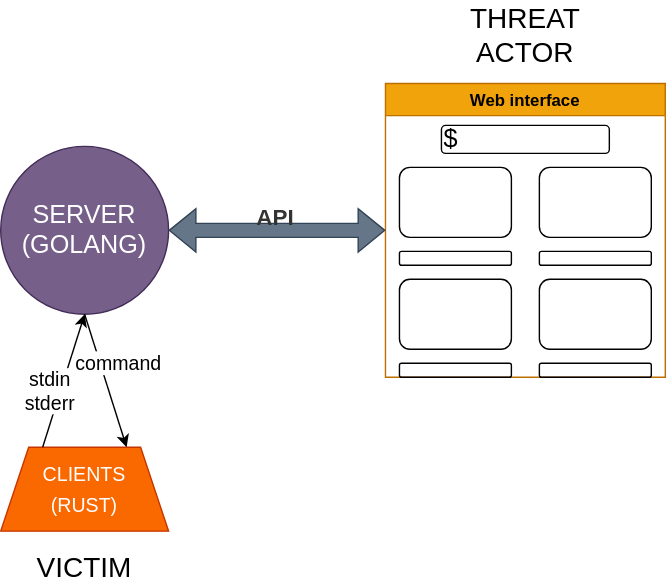
Before: media/STRUCTURE.drawio.svg, a diagram exported from draw.io (Noxtal/tetrodotoxin). Source tidied: cells renumbered, new cells last; positions are measured from the earlier drawing's top-left corner, leaving out a move shared by most shapes. Its diagram source:
```xml
<mxGraphModel>
  <root>
    <mxCell id="0" />
    <mxCell id="1" parent="0" />
    <mxCell id="2" value="Web interface" style="swimlane;fillColor=#f0a30a;strokeColor=#BD7000;fontColor=#000000;" parent="1" vertex="1">
      <mxGeometry x="275" y="50" width="200" height="210" as="geometry" />
    </mxCell>
    <mxCell id="3" value="$" style="rounded=1;whiteSpace=wrap;html=1;fontSize=18;align=left;fillColor=none;" parent="2" vertex="1">
      <mxGeometry x="40" y="30" width="120" height="20" as="geometry" />
    </mxCell>
    <mxCell id="4" style="rounded=1;whiteSpace=wrap;html=1;fontSize=18;fillColor=none;" parent="2" vertex="1">
      <mxGeometry x="10" y="60" width="80" height="50" as="geometry" />
    </mxCell>
    <mxCell id="5" style="rounded=1;whiteSpace=wrap;html=1;fontSize=18;fillColor=none;" parent="2" vertex="1">
      <mxGeometry x="10" y="120" width="80" height="10" as="geometry" />
    </mxCell>
    <mxCell id="6" style="rounded=1;whiteSpace=wrap;html=1;fontSize=18;fillColor=none;" parent="2" vertex="1">
      <mxGeometry x="110" y="60" width="80" height="50" as="geometry" />
    </mxCell>
    <mxCell id="7" style="rounded=1;whiteSpace=wrap;html=1;fontSize=18;fillColor=none;" parent="2" vertex="1">
      <mxGeometry x="110" y="120" width="80" height="10" as="geometry" />
    </mxCell>
    <mxCell id="8" style="rounded=1;whiteSpace=wrap;html=1;fontSize=18;fillColor=none;" parent="2" vertex="1">
      <mxGeometry x="10" y="140" width="80" height="50" as="geometry" />
    </mxCell>
    <mxCell id="9" style="rounded=1;whiteSpace=wrap;html=1;fontSize=18;fillColor=none;" parent="2" vertex="1">
      <mxGeometry x="10" y="200" width="80" height="10" as="geometry" />
    </mxCell>
    <mxCell id="10" style="rounded=1;whiteSpace=wrap;html=1;fontSize=18;fillColor=none;" parent="2" vertex="1">
      <mxGeometry x="110" y="140" width="80" height="50" as="geometry" />
    </mxCell>
    <mxCell id="11" style="rounded=1;whiteSpace=wrap;html=1;fontSize=18;fillColor=none;" parent="2" vertex="1">
      <mxGeometry x="110" y="200" width="80" height="10" as="geometry" />
    </mxCell>
    <mxCell id="12" value="&lt;font style=&quot;font-size: 18px;&quot;&gt;SERVER&lt;br&gt;(GOLANG)&lt;/font&gt;" style="ellipse;whiteSpace=wrap;html=1;fillColor=#76608a;fontColor=#ffffff;strokeColor=#432D57;" parent="1" vertex="1">
      <mxGeometry y="95" width="120" height="120" as="geometry" />
    </mxCell>
    <mxCell id="13" style="shape=flexArrow;endArrow=classic;startArrow=classic;html=1;rounded=0;exitX=1;exitY=0.5;exitDx=0;exitDy=0;entryX=0;entryY=0.5;entryDx=0;entryDy=0;fillColor=#647687;strokeColor=#314354;" parent="1" edge="1" source="12" target="2">
      <mxGeometry relative="1" as="geometry" />
    </mxCell>
    <mxCell id="14" value="API" style="edgeLabel;html=1;align=center;verticalAlign=middle;fontSize=16;labelBackgroundColor=none;fontStyle=1;fontColor=#333333;" parent="13" vertex="1">
      <mxGeometry x="0.14" y="2" relative="1" as="geometry">
        <mxPoint x="-13" y="-8" as="offset" />
      </mxGeometry>
    </mxCell>
    <mxCell id="15" value="&lt;font style=&quot;font-size: 14px;&quot;&gt;CLIENTS&lt;br&gt;(RUST)&lt;/font&gt;" style="shape=trapezoid;perimeter=trapezoidPerimeter;whiteSpace=wrap;html=1;fixedSize=1;fontSize=18;fillColor=#fa6800;strokeColor=#C73500;fontColor=#FFFFFF;" parent="1" vertex="1">
      <mxGeometry y="310" width="120" height="60" as="geometry" />
    </mxCell>
    <mxCell id="16" value="stdin&lt;br&gt;stderr" style="endArrow=classic;html=1;rounded=0;fontSize=14;exitX=0.25;exitY=0;exitDx=0;exitDy=0;entryX=0.5;entryY=1;entryDx=0;entryDy=0;" parent="1" edge="1" source="15" target="12">
      <mxGeometry x="-0.2" y="7" relative="1" as="geometry" />
    </mxCell>
    <mxCell id="17" style="endArrow=classic;html=1;rounded=0;fontSize=14;exitX=0.5;exitY=1;exitDx=0;exitDy=0;entryX=0.75;entryY=0;entryDx=0;entryDy=0;" parent="1" edge="1" source="12" target="15">
      <mxGeometry relative="1" as="geometry" />
    </mxCell>
    <mxCell id="18" value="command" style="edgeLabel;html=1;align=center;verticalAlign=middle;fontSize=14;labelBackgroundColor=default;" parent="17" vertex="1">
      <mxGeometry x="0.23" y="5" relative="1" as="geometry">
        <mxPoint y="-22" as="offset" />
      </mxGeometry>
    </mxCell>
    <mxCell id="19" value="&lt;font style=&quot;font-size: 20px;&quot;&gt;THREAT ACTOR&lt;/font&gt;" style="text;html=1;align=center;verticalAlign=middle;whiteSpace=wrap;rounded=0;labelBackgroundColor=none;fontSize=14;" parent="1" vertex="1">
      <mxGeometry x="345" width="60" height="30" as="geometry" />
    </mxCell>
    <mxCell id="20" value="&lt;font style=&quot;font-size: 20px;&quot;&gt;VICTIM&lt;/font&gt;" style="text;html=1;align=center;verticalAlign=middle;whiteSpace=wrap;rounded=0;labelBackgroundColor=none;fontSize=14;" parent="1" vertex="1">
      <mxGeometry x="30" y="380" width="60" height="30" as="geometry" />
    </mxCell>
  </root>
</mxGraphModel>
```
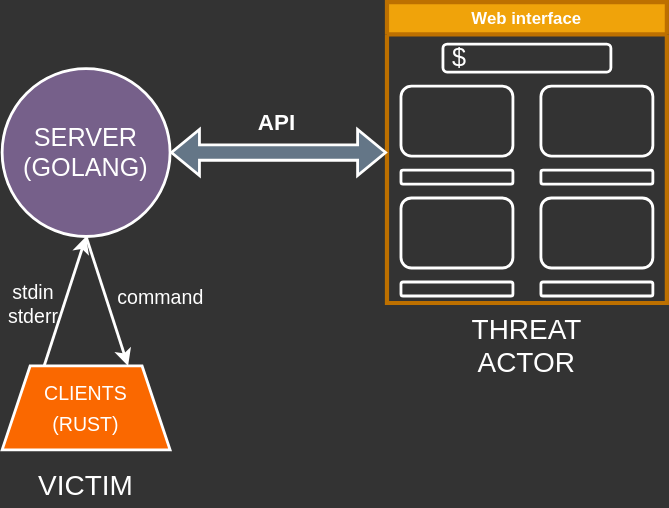
Later version of the same file.

Commit message:
Updated graphics for dark mode (better)

What changed in the source:
```diff
@@ -1,66 +1,66 @@
-<mxGraphModel>
+<mxGraphModel background="#333333">
   <root>
     <mxCell id="0" />
     <mxCell id="1" parent="0" />
-    <mxCell id="2" value="Web interface" style="swimlane;fillColor=#f0a30a;strokeColor=#BD7000;fontColor=#000000;" parent="1" vertex="1">
-      <mxGeometry x="275" y="50" width="200" height="210" as="geometry" />
+    <mxCell id="2" value="Web interface" style="swimlane;fillColor=#f0a30a;strokeColor=#BD7000;fontColor=#FFFFFF;strokeWidth=3;" parent="1" vertex="1">
+      <mxGeometry x="275" y="50" width="200" height="215" as="geometry" />
     </mxCell>
-    <mxCell id="3" value="$" style="rounded=1;whiteSpace=wrap;html=1;fontSize=18;align=left;fillColor=none;" parent="2" vertex="1">
+    <mxCell id="3" value="&lt;font color=&quot;#ffffff&quot;&gt;&amp;nbsp;$&lt;/font&gt;" style="rounded=1;whiteSpace=wrap;html=1;fontSize=18;align=left;fillColor=none;strokeColor=#FFFFFF;strokeWidth=2;" parent="2" vertex="1">
       <mxGeometry x="40" y="30" width="120" height="20" as="geometry" />
     </mxCell>
-    <mxCell id="4" style="rounded=1;whiteSpace=wrap;html=1;fontSize=18;fillColor=none;" parent="2" vertex="1">
+    <mxCell id="4" style="rounded=1;whiteSpace=wrap;html=1;fontSize=18;fillColor=none;strokeColor=#FFFFFF;strokeWidth=2;" parent="2" vertex="1">
       <mxGeometry x="10" y="60" width="80" height="50" as="geometry" />
     </mxCell>
-    <mxCell id="5" style="rounded=1;whiteSpace=wrap;html=1;fontSize=18;fillColor=none;" parent="2" vertex="1">
+    <mxCell id="5" style="rounded=1;whiteSpace=wrap;html=1;fontSize=18;fillColor=none;strokeColor=#FFFFFF;strokeWidth=2;" parent="2" vertex="1">
       <mxGeometry x="10" y="120" width="80" height="10" as="geometry" />
     </mxCell>
-    <mxCell id="6" style="rounded=1;whiteSpace=wrap;html=1;fontSize=18;fillColor=none;" parent="2" vertex="1">
+    <mxCell id="6" style="rounded=1;whiteSpace=wrap;html=1;fontSize=18;fillColor=none;strokeColor=#FFFFFF;strokeWidth=2;" parent="2" vertex="1">
       <mxGeometry x="110" y="60" width="80" height="50" as="geometry" />
     </mxCell>
-    <mxCell id="7" style="rounded=1;whiteSpace=wrap;html=1;fontSize=18;fillColor=none;" parent="2" vertex="1">
+    <mxCell id="7" style="rounded=1;whiteSpace=wrap;html=1;fontSize=18;fillColor=none;strokeColor=#FFFFFF;strokeWidth=2;" parent="2" vertex="1">
       <mxGeometry x="110" y="120" width="80" height="10" as="geometry" />
     </mxCell>
-    <mxCell id="8" style="rounded=1;whiteSpace=wrap;html=1;fontSize=18;fillColor=none;" parent="2" vertex="1">
+    <mxCell id="8" style="rounded=1;whiteSpace=wrap;html=1;fontSize=18;fillColor=none;strokeColor=#FFFFFF;strokeWidth=2;" parent="2" vertex="1">
       <mxGeometry x="10" y="140" width="80" height="50" as="geometry" />
     </mxCell>
-    <mxCell id="9" style="rounded=1;whiteSpace=wrap;html=1;fontSize=18;fillColor=none;" parent="2" vertex="1">
+    <mxCell id="9" style="rounded=1;whiteSpace=wrap;html=1;fontSize=18;fillColor=none;strokeColor=#FFFFFF;strokeWidth=2;" parent="2" vertex="1">
       <mxGeometry x="10" y="200" width="80" height="10" as="geometry" />
     </mxCell>
-    <mxCell id="10" style="rounded=1;whiteSpace=wrap;html=1;fontSize=18;fillColor=none;" parent="2" vertex="1">
+    <mxCell id="10" style="rounded=1;whiteSpace=wrap;html=1;fontSize=18;fillColor=none;strokeColor=#FFFFFF;strokeWidth=2;" parent="2" vertex="1">
       <mxGeometry x="110" y="140" width="80" height="50" as="geometry" />
     </mxCell>
-    <mxCell id="11" style="rounded=1;whiteSpace=wrap;html=1;fontSize=18;fillColor=none;" parent="2" vertex="1">
+    <mxCell id="11" style="rounded=1;whiteSpace=wrap;html=1;fontSize=18;fillColor=none;strokeColor=#FFFFFF;strokeWidth=2;" parent="2" vertex="1">
       <mxGeometry x="110" y="200" width="80" height="10" as="geometry" />
     </mxCell>
-    <mxCell id="12" value="&lt;font style=&quot;font-size: 18px;&quot;&gt;SERVER&lt;br&gt;(GOLANG)&lt;/font&gt;" style="ellipse;whiteSpace=wrap;html=1;fillColor=#76608a;fontColor=#ffffff;strokeColor=#432D57;" parent="1" vertex="1">
-      <mxGeometry y="95" width="120" height="120" as="geometry" />
+    <mxCell id="12" value="&lt;font style=&quot;font-size: 18px;&quot;&gt;SERVER&lt;br&gt;(GOLANG)&lt;/font&gt;" style="ellipse;whiteSpace=wrap;html=1;fillColor=#76608a;fontColor=#ffffff;strokeColor=#FFFFFF;strokeWidth=2;" parent="1" vertex="1">
+      <mxGeometry y="97.5" width="120" height="120" as="geometry" />
     </mxCell>
-    <mxCell id="13" style="shape=flexArrow;endArrow=classic;startArrow=classic;html=1;rounded=0;exitX=1;exitY=0.5;exitDx=0;exitDy=0;entryX=0;entryY=0.5;entryDx=0;entryDy=0;fillColor=#647687;strokeColor=#314354;" parent="1" edge="1" source="12" target="2">
+    <mxCell id="13" style="shape=flexArrow;endArrow=classic;startArrow=classic;html=1;rounded=0;exitX=1;exitY=0.5;exitDx=0;exitDy=0;entryX=0;entryY=0.5;entryDx=0;entryDy=0;fillColor=#647687;strokeColor=#FFFFFF;strokeWidth=2;" parent="1" edge="1" source="12" target="2">
       <mxGeometry relative="1" as="geometry" />
     </mxCell>
-    <mxCell id="14" value="API" style="edgeLabel;html=1;align=center;verticalAlign=middle;fontSize=16;labelBackgroundColor=none;fontStyle=1;fontColor=#333333;" parent="13" vertex="1">
+    <mxCell id="14" value="API" style="edgeLabel;html=1;align=center;verticalAlign=middle;fontSize=16;labelBackgroundColor=none;fontStyle=1;fontColor=#FFFFFF;" parent="13" vertex="1">
       <mxGeometry x="0.14" y="2" relative="1" as="geometry">
-        <mxPoint x="-13" y="-8" as="offset" />
+        <mxPoint x="-13" y="-20" as="offset" />
       </mxGeometry>
     </mxCell>
-    <mxCell id="15" value="&lt;font style=&quot;font-size: 14px;&quot;&gt;CLIENTS&lt;br&gt;(RUST)&lt;/font&gt;" style="shape=trapezoid;perimeter=trapezoidPerimeter;whiteSpace=wrap;html=1;fixedSize=1;fontSize=18;fillColor=#fa6800;strokeColor=#C73500;fontColor=#FFFFFF;" parent="1" vertex="1">
+    <mxCell id="15" value="&lt;font style=&quot;font-size: 14px;&quot;&gt;CLIENTS&lt;br&gt;(RUST)&lt;/font&gt;" style="shape=trapezoid;perimeter=trapezoidPerimeter;whiteSpace=wrap;html=1;fixedSize=1;fontSize=18;fillColor=#fa6800;strokeColor=#FFFFFF;fontColor=#FFFFFF;strokeWidth=2;" parent="1" vertex="1">
       <mxGeometry y="310" width="120" height="60" as="geometry" />
     </mxCell>
-    <mxCell id="16" value="stdin&lt;br&gt;stderr" style="endArrow=classic;html=1;rounded=0;fontSize=14;exitX=0.25;exitY=0;exitDx=0;exitDy=0;entryX=0.5;entryY=1;entryDx=0;entryDy=0;" parent="1" edge="1" source="15" target="12">
-      <mxGeometry x="-0.2" y="7" relative="1" as="geometry" />
+    <mxCell id="16" value="stdin&lt;br&gt;stderr" style="endArrow=classic;html=1;rounded=0;fontSize=14;exitX=0.25;exitY=0;exitDx=0;exitDy=0;entryX=0.5;entryY=1;entryDx=0;entryDy=0;labelBackgroundColor=none;fontColor=#FFFFFF;strokeColor=#FFFFFF;strokeWidth=2;" parent="1" edge="1" source="15" target="12">
+      <mxGeometry x="-0.19" y="21" relative="1" as="geometry" />
     </mxCell>
-    <mxCell id="17" style="endArrow=classic;html=1;rounded=0;fontSize=14;exitX=0.5;exitY=1;exitDx=0;exitDy=0;entryX=0.75;entryY=0;entryDx=0;entryDy=0;" parent="1" edge="1" source="12" target="15">
+    <mxCell id="17" style="endArrow=classic;html=1;rounded=0;fontSize=14;exitX=0.5;exitY=1;exitDx=0;exitDy=0;entryX=0.75;entryY=0;entryDx=0;entryDy=0;strokeColor=#FFFFFF;strokeWidth=2;" parent="1" edge="1" source="12" target="15">
       <mxGeometry relative="1" as="geometry" />
     </mxCell>
-    <mxCell id="18" value="command" style="edgeLabel;html=1;align=center;verticalAlign=middle;fontSize=14;labelBackgroundColor=default;" parent="17" vertex="1">
+    <mxCell id="18" value="command" style="edgeLabel;html=1;align=center;verticalAlign=middle;fontSize=14;labelBackgroundColor=none;rotation=0;fontColor=#FFFFFF;" parent="17" vertex="1">
       <mxGeometry x="0.23" y="5" relative="1" as="geometry">
-        <mxPoint y="-22" as="offset" />
+        <mxPoint x="29" y="-12" as="offset" />
       </mxGeometry>
     </mxCell>
-    <mxCell id="19" value="&lt;font style=&quot;font-size: 20px;&quot;&gt;THREAT ACTOR&lt;/font&gt;" style="text;html=1;align=center;verticalAlign=middle;whiteSpace=wrap;rounded=0;labelBackgroundColor=none;fontSize=14;" parent="1" vertex="1">
-      <mxGeometry x="345" width="60" height="30" as="geometry" />
+    <mxCell id="19" value="&lt;font style=&quot;font-size: 20px;&quot;&gt;THREAT ACTOR&lt;/font&gt;" style="text;html=1;align=center;verticalAlign=middle;whiteSpace=wrap;rounded=0;labelBackgroundColor=none;fontSize=14;fontColor=#FFFFFF;" parent="1" vertex="1">
+      <mxGeometry x="345" y="280" width="60" height="30" as="geometry" />
     </mxCell>
-    <mxCell id="20" value="&lt;font style=&quot;font-size: 20px;&quot;&gt;VICTIM&lt;/font&gt;" style="text;html=1;align=center;verticalAlign=middle;whiteSpace=wrap;rounded=0;labelBackgroundColor=none;fontSize=14;" parent="1" vertex="1">
+    <mxCell id="20" value="&lt;font style=&quot;font-size: 20px;&quot;&gt;VICTIM&lt;/font&gt;" style="text;html=1;align=center;verticalAlign=middle;whiteSpace=wrap;rounded=0;labelBackgroundColor=none;fontSize=14;fontColor=#FFFFFF;" parent="1" vertex="1">
       <mxGeometry x="30" y="380" width="60" height="30" as="geometry" />
     </mxCell>
   </root>
```
